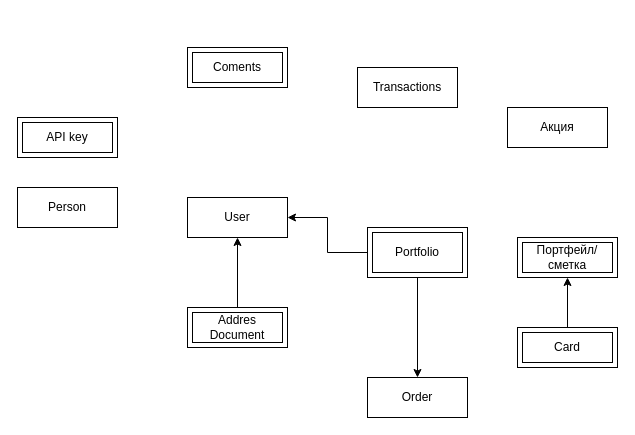
ThEMueA/dataModeling keeps this draw.io diagram as Untitled Diagram.drawio. Above is the earlier version. Source tidied: cells renumbered, new cells numbered last; positions are measured from the earlier drawing's top-left corner, leaving out a move shared by most shapes. Both pictures are drawn from the tidied source at 100%, with x=0, y=0 at pixel (17, 47).
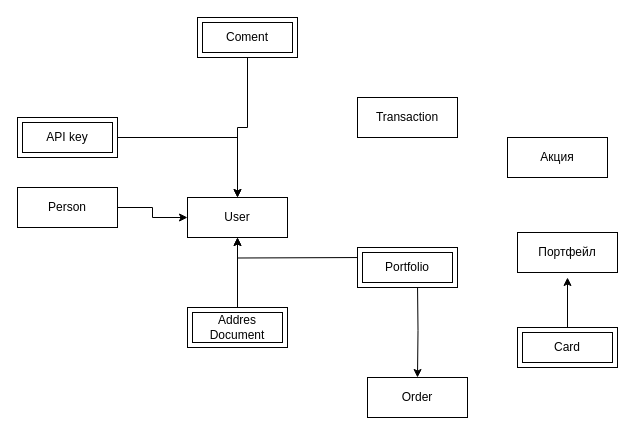
The same diagram, later.

Unchanged cells that the change refers to:
```xml
<mxCell id="2" value="User" style="whiteSpace=wrap;html=1;align=center;" parent="1" vertex="1">
  <mxGeometry x="170" y="150" width="100" height="40" as="geometry" />
</mxCell>
<mxCell id="4" value="Order" style="whiteSpace=wrap;html=1;align=center;" parent="1" vertex="1">
  <mxGeometry x="350" y="330" width="100" height="40" as="geometry" />
</mxCell>
<mxCell id="6" value="Person" style="whiteSpace=wrap;html=1;align=center;" parent="1" vertex="1">
  <mxGeometry y="140" width="100" height="40" as="geometry" />
</mxCell>
<mxCell id="9" value="API key" style="shape=ext;margin=3;double=1;whiteSpace=wrap;html=1;align=center;" parent="1" vertex="1">
  <mxGeometry y="70" width="100" height="40" as="geometry" />
</mxCell>
<mxCell id="13" value="Card" style="shape=ext;margin=3;double=1;whiteSpace=wrap;html=1;align=center;" parent="1" vertex="1">
  <mxGeometry x="500" y="280" width="100" height="40" as="geometry" />
</mxCell>
```

What changed in the source:
```diff
@@
     <mxCell id="3" value="Акция" style="whiteSpace=wrap;html=1;align=center;" parent="1" vertex="1">
-      <mxGeometry x="490" y="60" width="100" height="40" as="geometry" />
+      <mxGeometry x="490" y="90" width="100" height="40" as="geometry" />
     </mxCell>
@@
-    <mxCell id="5" value="Transactions" style="whiteSpace=wrap;html=1;align=center;" parent="1" vertex="1">
-      <mxGeometry x="340" y="20" width="100" height="40" as="geometry" />
+    <mxCell id="5" value="Transaction" style="whiteSpace=wrap;html=1;align=center;" parent="1" vertex="1">
+      <mxGeometry x="340" y="50" width="100" height="40" as="geometry" />
     </mxCell>
+    <mxCell id="17" style="edgeStyle=orthogonalEdgeStyle;rounded=0;jettySize=auto;html=1;" parent="1" edge="1" source="6" target="2">
+      <mxGeometry relative="1" as="geometry" />
+    </mxCell>
@@
+    <mxCell id="18" style="edgeStyle=orthogonalEdgeStyle;rounded=0;jettySize=auto;html=1;" parent="1" edge="1" source="9" target="2">
+      <mxGeometry relative="1" as="geometry" />
+    </mxCell>
@@
+    <mxCell id="19" style="edgeStyle=orthogonalEdgeStyle;rounded=0;jettySize=auto;html=1;" parent="1" edge="1" source="10" target="2">
+      <mxGeometry relative="1" as="geometry" />
+    </mxCell>
-    <mxCell id="10" value="Coments" style="shape=ext;margin=3;double=1;whiteSpace=wrap;html=1;align=center;" parent="1" vertex="1">
-      <mxGeometry x="170" width="100" height="40" as="geometry" />
+    <mxCell id="10" value="Coment" style="shape=ext;margin=3;double=1;whiteSpace=wrap;html=1;align=center;" parent="1" vertex="1">
+      <mxGeometry x="180" y="-30" width="100" height="40" as="geometry" />
     </mxCell>
-    <mxCell id="11" value="Портфейл/сметка" style="shape=ext;margin=3;double=1;whiteSpace=wrap;html=1;align=center;" parent="1" vertex="1">
-      <mxGeometry x="500" y="190" width="100" height="40" as="geometry" />
-    </mxCell>
-    <mxCell id="12" style="edgeStyle=orthogonalEdgeStyle;rounded=0;jettySize=auto;html=1;" parent="1" edge="1" source="13" target="11">
-      <mxGeometry relative="1" as="geometry" />
+    <mxCell id="12" style="edgeStyle=orthogonalEdgeStyle;rounded=0;jettySize=auto;html=1;" parent="1" edge="1" source="13">
+      <mxGeometry relative="1" as="geometry">
+        <mxPoint x="550" y="230" as="targetPoint" />
+      </mxGeometry>
     </mxCell>
@@
-    <mxCell id="14" style="edgeStyle=orthogonalEdgeStyle;rounded=0;jettySize=auto;html=1;" parent="1" edge="1" source="16" target="2">
-      <mxGeometry relative="1" as="geometry" />
+    <mxCell id="14" style="edgeStyle=orthogonalEdgeStyle;rounded=0;jettySize=auto;html=1;" parent="1" edge="1" target="2">
+      <mxGeometry relative="1" as="geometry">
+        <mxPoint x="350" y="210" as="sourcePoint" />
+      </mxGeometry>
     </mxCell>
-    <mxCell id="15" style="edgeStyle=orthogonalEdgeStyle;rounded=0;jettySize=auto;html=1;" parent="1" edge="1" source="16" target="4">
-      <mxGeometry relative="1" as="geometry" />
+    <mxCell id="15" style="edgeStyle=orthogonalEdgeStyle;rounded=0;jettySize=auto;html=1;" parent="1" edge="1" target="4">
+      <mxGeometry relative="1" as="geometry">
+        <mxPoint x="400" y="235" as="sourcePoint" />
+      </mxGeometry>
     </mxCell>
+    <mxCell id="20" value="Портфейл" style="whiteSpace=wrap;html=1;align=center;" parent="1" vertex="1">
+      <mxGeometry x="500" y="185" width="100" height="40" as="geometry" />
+    </mxCell>
     <mxCell id="16" value="Portfolio" style="shape=ext;margin=3;double=1;whiteSpace=wrap;html=1;align=center;" parent="1" vertex="1">
-      <mxGeometry x="350" y="180" width="100" height="50" as="geometry" />
+      <mxGeometry x="340" y="200" width="100" height="40" as="geometry" />
     </mxCell>
```
